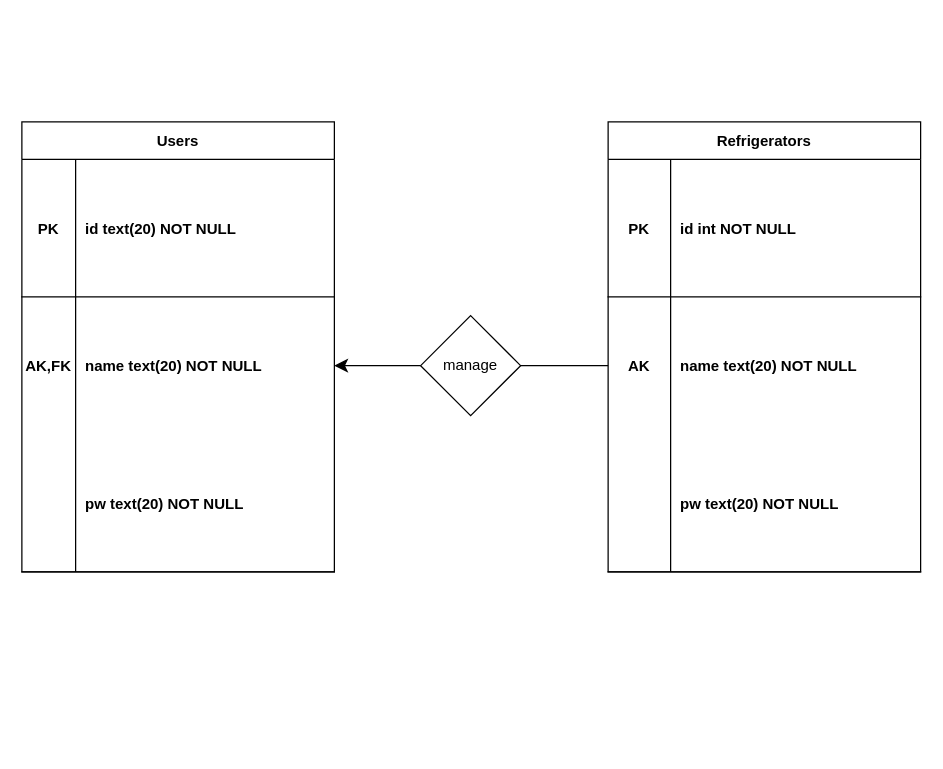
Above: ER 다이어그램.drawio in what-s-in-my-fridge/what-s-in-my-fridge (draw.io), before the change. Source tidied: cells renumbered, new cells numbered last; positions are measured from the earlier drawing's top-left corner, leaving out a move shared by most shapes. Both pictures are drawn from the tidied source at 125%, with x=0, y=0 at pixel (21, 121).
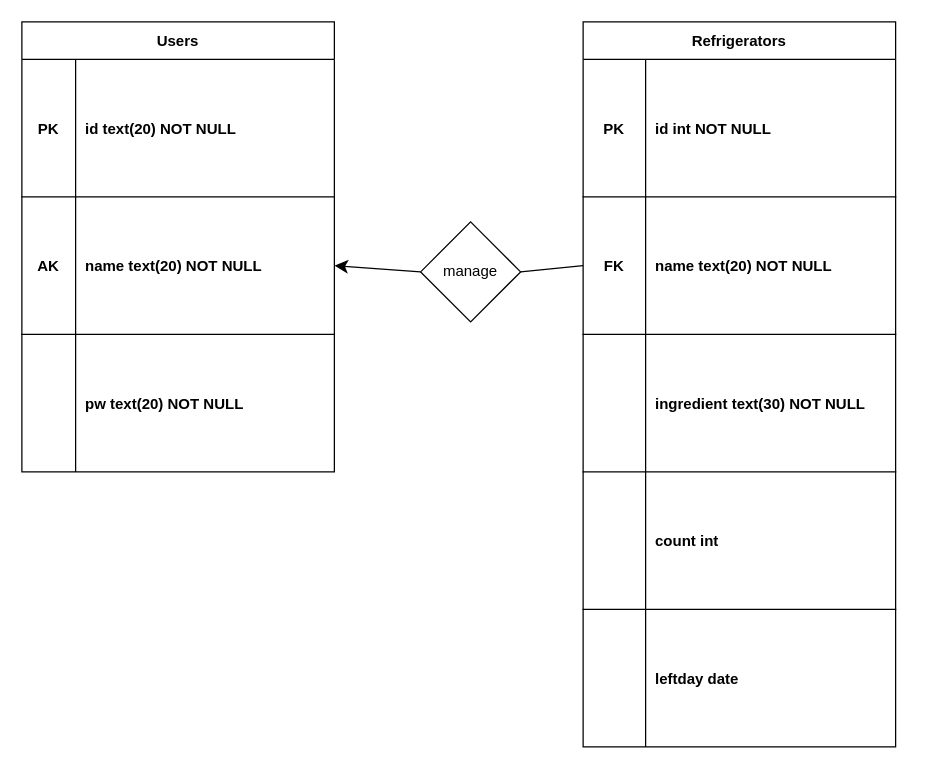
Above is the later version.

Commit message (it also covers changes not shown here):
ER 다이어그램.drawio 업데이트

Diff of the diagram source:
```diff
@@
+    <mxCell id="12" value="Refrigerators" style="shape=table;startSize=30;childLayout=tableLayout;rowLines=0;fontStyle=1;align=center;" parent="1" vertex="1">
+      <mxGeometry x="449" y="-80" width="250" height="580" as="geometry" />
+    </mxCell>
+    <mxCell id="13" style="shape=partialRectangle;fillColor=none;top=0;left=0;right=0;bottom=1;" parent="12" vertex="1">
+      <mxGeometry y="30" width="250" height="110" as="geometry" />
+    </mxCell>
+    <mxCell id="14" value="PK" style="shape=partialRectangle;overflow=hidden;fillColor=none;top=0;left=0;bottom=0;right=0;fontStyle=1;" parent="13" vertex="1">
+      <mxGeometry width="50" height="110" as="geometry" />
+    </mxCell>
+    <mxCell id="15" value="id int NOT NULL" style="shape=partialRectangle;overflow=hidden;fillColor=none;top=0;left=0;bottom=0;right=0;align=left;spacingLeft=6;fontStyle=1;" parent="13" vertex="1">
+      <mxGeometry x="50" width="200" height="110" as="geometry" />
+    </mxCell>
+    <mxCell id="25" style="shape=partialRectangle;fillColor=none;points=[[0,0.5],[1,0.5]];portConstraint=eastwest;top=0;left=0;right=0;bottom=1;" parent="12" vertex="1">
+      <mxGeometry y="140" width="250" height="110" as="geometry" />
+    </mxCell>
+    <mxCell id="26" value="FK" style="shape=partialRectangle;overflow=hidden;fillColor=none;top=0;left=0;bottom=0;right=0;fontStyle=1;" parent="25" vertex="1">
+      <mxGeometry width="50" height="110" as="geometry" />
+    </mxCell>
+    <mxCell id="27" value="name text(20) NOT NULL" style="shape=partialRectangle;overflow=hidden;fillColor=none;top=0;left=0;bottom=0;right=0;align=left;spacingLeft=6;fontStyle=1;" parent="25" vertex="1">
+      <mxGeometry x="50" width="200" height="110" as="geometry" />
+    </mxCell>
+    <mxCell id="28" style="shape=partialRectangle;fillColor=none;top=0;left=0;right=0;bottom=1;" parent="12" vertex="1">
+      <mxGeometry y="250" width="250" height="110" as="geometry" />
+    </mxCell>
+    <mxCell id="29" style="shape=partialRectangle;overflow=hidden;fillColor=none;top=0;left=0;bottom=0;right=0;fontStyle=1;" parent="28" vertex="1">
+      <mxGeometry width="50" height="110" as="geometry" />
+    </mxCell>
+    <mxCell id="30" value="ingredient text(30) NOT NULL" style="shape=partialRectangle;overflow=hidden;fillColor=none;top=0;left=0;bottom=0;right=0;align=left;spacingLeft=6;fontStyle=1;" parent="28" vertex="1">
+      <mxGeometry x="50" width="200" height="110" as="geometry" />
+    </mxCell>
+    <mxCell id="31" style="shape=partialRectangle;fillColor=none;top=0;left=0;right=0;bottom=1;" parent="12" vertex="1">
+      <mxGeometry y="360" width="250" height="110" as="geometry" />
+    </mxCell>
+    <mxCell id="32" style="shape=partialRectangle;overflow=hidden;fillColor=none;top=0;left=0;bottom=0;right=0;fontStyle=1;" parent="31" vertex="1">
+      <mxGeometry width="50" height="110" as="geometry" />
+    </mxCell>
+    <mxCell id="33" value="count int" style="shape=partialRectangle;overflow=hidden;fillColor=none;top=0;left=0;bottom=0;right=0;align=left;spacingLeft=6;fontStyle=1;" parent="31" vertex="1">
+      <mxGeometry x="50" width="200" height="110" as="geometry" />
+    </mxCell>
+    <mxCell id="16" style="shape=partialRectangle;fillColor=none;points=[[0,0.5],[1,0.5]];portConstraint=eastwest;top=0;left=0;right=0;bottom=0;dashed=1;" parent="12" vertex="1">
+      <mxGeometry y="470" width="250" height="110" as="geometry" />
+    </mxCell>
+    <mxCell id="17" style="shape=partialRectangle;overflow=hidden;fillColor=none;top=0;left=0;bottom=0;right=0;fontStyle=1;" parent="16" vertex="1">
+      <mxGeometry width="50" height="110" as="geometry" />
+    </mxCell>
+    <mxCell id="18" value="leftday date" style="shape=partialRectangle;overflow=hidden;fillColor=none;top=0;left=0;bottom=0;right=0;align=left;spacingLeft=6;fontStyle=1;" parent="16" vertex="1">
+      <mxGeometry x="50" width="200" height="110" as="geometry" />
+    </mxCell>
+    <mxCell id="22" style="endArrow=classic;html=1;rounded=0;fontSize=12;startSize=8;endSize=8;curved=1;entryX=1;entryY=0.5;entryDx=0;entryDy=0;exitX=0;exitY=0.5;exitDx=0;exitDy=0;" parent="1" edge="1" source="23" target="34">
+      <mxGeometry relative="1" as="geometry" />
+    </mxCell>
+    <mxCell id="23" value="manage" style="rhombus;whiteSpace=wrap;html=1;" parent="1" vertex="1">
+      <mxGeometry x="319" y="80" width="80" height="80" as="geometry" />
+    </mxCell>
+    <mxCell id="24" style="endArrow=none;html=1;rounded=0;fontSize=12;startSize=8;endSize=8;curved=1;entryX=1;entryY=0.5;entryDx=0;entryDy=0;exitX=0;exitY=0.5;exitDx=0;exitDy=0;" parent="1" edge="1" source="25" target="23">
+      <mxGeometry relative="1" as="geometry" />
+    </mxCell>
     <mxCell id="2" value="Users" style="shape=table;startSize=30;childLayout=tableLayout;rowLines=0;fontStyle=1;align=center;" parent="1" vertex="1">
-      <mxGeometry width="250" height="360" as="geometry" />
+      <mxGeometry y="-80" width="250" height="360" as="geometry" />
     </mxCell>
@@
+    <mxCell id="34" style="shape=partialRectangle;fillColor=none;points=[[0,0.5],[1,0.5]];portConstraint=eastwest;top=0;left=0;right=0;bottom=1;" parent="2" vertex="1">
+      <mxGeometry y="140" width="250" height="110" as="geometry" />
+    </mxCell>
+    <mxCell id="35" value="AK" style="shape=partialRectangle;overflow=hidden;fillColor=none;top=0;left=0;bottom=0;right=0;fontStyle=1;" parent="34" vertex="1">
+      <mxGeometry width="43" height="110" as="geometry" />
+    </mxCell>
+    <mxCell id="36" value="name text(20) NOT NULL" style="shape=partialRectangle;overflow=hidden;fillColor=none;top=0;left=0;bottom=0;right=0;align=left;spacingLeft=6;fontStyle=1;" parent="34" vertex="1">
+      <mxGeometry x="43" width="207" height="110" as="geometry" />
+    </mxCell>
     <mxCell id="6" style="shape=partialRectangle;fillColor=none;points=[[0,0.5],[1,0.5]];portConstraint=eastwest;top=0;left=0;right=0;bottom=0;dashed=1;" parent="2" vertex="1">
-      <mxGeometry y="140" width="250" height="110" as="geometry" />
+      <mxGeometry y="250" width="250" height="110" as="geometry" />
     </mxCell>
-    <mxCell id="7" value="AK,FK" style="shape=partialRectangle;overflow=hidden;fillColor=none;top=0;left=0;bottom=0;right=0;fontStyle=1;" parent="6" vertex="1">
+    <mxCell id="7" style="shape=partialRectangle;overflow=hidden;fillColor=none;top=0;left=0;bottom=0;right=0;fontStyle=1;" parent="6" vertex="1">
       <mxGeometry width="43" height="110" as="geometry" />
     </mxCell>
-    <mxCell id="8" value="name text(20) NOT NULL" style="shape=partialRectangle;overflow=hidden;fillColor=none;top=0;left=0;bottom=0;right=0;align=left;spacingLeft=6;fontStyle=1;" parent="6" vertex="1">
+    <mxCell id="8" value="pw text(20) NOT NULL" style="shape=partialRectangle;overflow=hidden;fillColor=none;top=0;left=0;bottom=0;right=0;align=left;spacingLeft=6;fontStyle=1;" parent="6" vertex="1">
       <mxGeometry x="43" width="207" height="110" as="geometry" />
     </mxCell>
-    <mxCell id="9" style="shape=partialRectangle;fillColor=none;top=0;left=0;right=0;bottom=1;" parent="2" vertex="1">
-      <mxGeometry y="250" width="250" height="110" as="geometry" />
-    </mxCell>
-    <mxCell id="10" style="shape=partialRectangle;overflow=hidden;fillColor=none;top=0;left=0;bottom=0;right=0;fontStyle=1;" parent="9" vertex="1">
-      <mxGeometry width="43" height="110" as="geometry" />
-    </mxCell>
-    <mxCell id="11" value="pw text(20) NOT NULL" style="shape=partialRectangle;overflow=hidden;fillColor=none;top=0;left=0;bottom=0;right=0;align=left;spacingLeft=6;fontStyle=1;" parent="9" vertex="1">
-      <mxGeometry x="43" width="207" height="110" as="geometry" />
-    </mxCell>
-    <mxCell id="12" value="Refrigerators" style="shape=table;startSize=30;childLayout=tableLayout;rowLines=0;fontStyle=1;align=center;" parent="1" vertex="1">
-      <mxGeometry x="469" width="250" height="360" as="geometry" />
-    </mxCell>
-    <mxCell id="13" style="shape=partialRectangle;fillColor=none;top=0;left=0;right=0;bottom=1;" parent="12" vertex="1">
-      <mxGeometry y="30" width="250" height="110" as="geometry" />
-    </mxCell>
-    <mxCell id="14" value="PK" style="shape=partialRectangle;overflow=hidden;fillColor=none;top=0;left=0;bottom=0;right=0;fontStyle=1;" parent="13" vertex="1">
-      <mxGeometry width="50" height="110" as="geometry" />
-    </mxCell>
-    <mxCell id="15" value="id int NOT NULL" style="shape=partialRectangle;overflow=hidden;fillColor=none;top=0;left=0;bottom=0;right=0;align=left;spacingLeft=6;fontStyle=1;" parent="13" vertex="1">
-      <mxGeometry x="50" width="200" height="110" as="geometry" />
-    </mxCell>
-    <mxCell id="16" style="shape=partialRectangle;fillColor=none;points=[[0,0.5],[1,0.5]];portConstraint=eastwest;top=0;left=0;right=0;bottom=0;dashed=1;" parent="12" vertex="1">
-      <mxGeometry y="140" width="250" height="110" as="geometry" />
-    </mxCell>
-    <mxCell id="17" value="AK" style="shape=partialRectangle;overflow=hidden;fillColor=none;top=0;left=0;bottom=0;right=0;fontStyle=1;" parent="16" vertex="1">
-      <mxGeometry width="50" height="110" as="geometry" />
-    </mxCell>
-    <mxCell id="18" value="name text(20) NOT NULL" style="shape=partialRectangle;overflow=hidden;fillColor=none;top=0;left=0;bottom=0;right=0;align=left;spacingLeft=6;fontStyle=1;" parent="16" vertex="1">
-      <mxGeometry x="50" width="200" height="110" as="geometry" />
-    </mxCell>
-    <mxCell id="19" style="shape=partialRectangle;fillColor=none;top=0;left=0;right=0;bottom=1;" parent="12" vertex="1">
-      <mxGeometry y="250" width="250" height="110" as="geometry" />
-    </mxCell>
-    <mxCell id="20" style="shape=partialRectangle;overflow=hidden;fillColor=none;top=0;left=0;bottom=0;right=0;fontStyle=1;" parent="19" vertex="1">
-      <mxGeometry width="50" height="110" as="geometry" />
-    </mxCell>
-    <mxCell id="21" value="pw text(20) NOT NULL" style="shape=partialRectangle;overflow=hidden;fillColor=none;top=0;left=0;bottom=0;right=0;align=left;spacingLeft=6;fontStyle=1;" parent="19" vertex="1">
-      <mxGeometry x="50" width="200" height="110" as="geometry" />
-    </mxCell>
-    <mxCell id="22" style="endArrow=classic;html=1;rounded=0;fontSize=12;startSize=8;endSize=8;curved=1;entryX=1;entryY=0.5;entryDx=0;entryDy=0;exitX=0;exitY=0.5;exitDx=0;exitDy=0;" parent="1" edge="1" source="23" target="6">
-      <mxGeometry relative="1" as="geometry" />
-    </mxCell>
-    <mxCell id="23" value="manage" style="rhombus;whiteSpace=wrap;html=1;" parent="1" vertex="1">
-      <mxGeometry x="319" y="155" width="80" height="80" as="geometry" />
-    </mxCell>
-    <mxCell id="24" style="endArrow=none;html=1;rounded=0;fontSize=12;startSize=8;endSize=8;curved=1;entryX=1;entryY=0.5;entryDx=0;entryDy=0;" parent="1" edge="1" source="16" target="23">
-      <mxGeometry relative="1" as="geometry" />
-    </mxCell>
```
